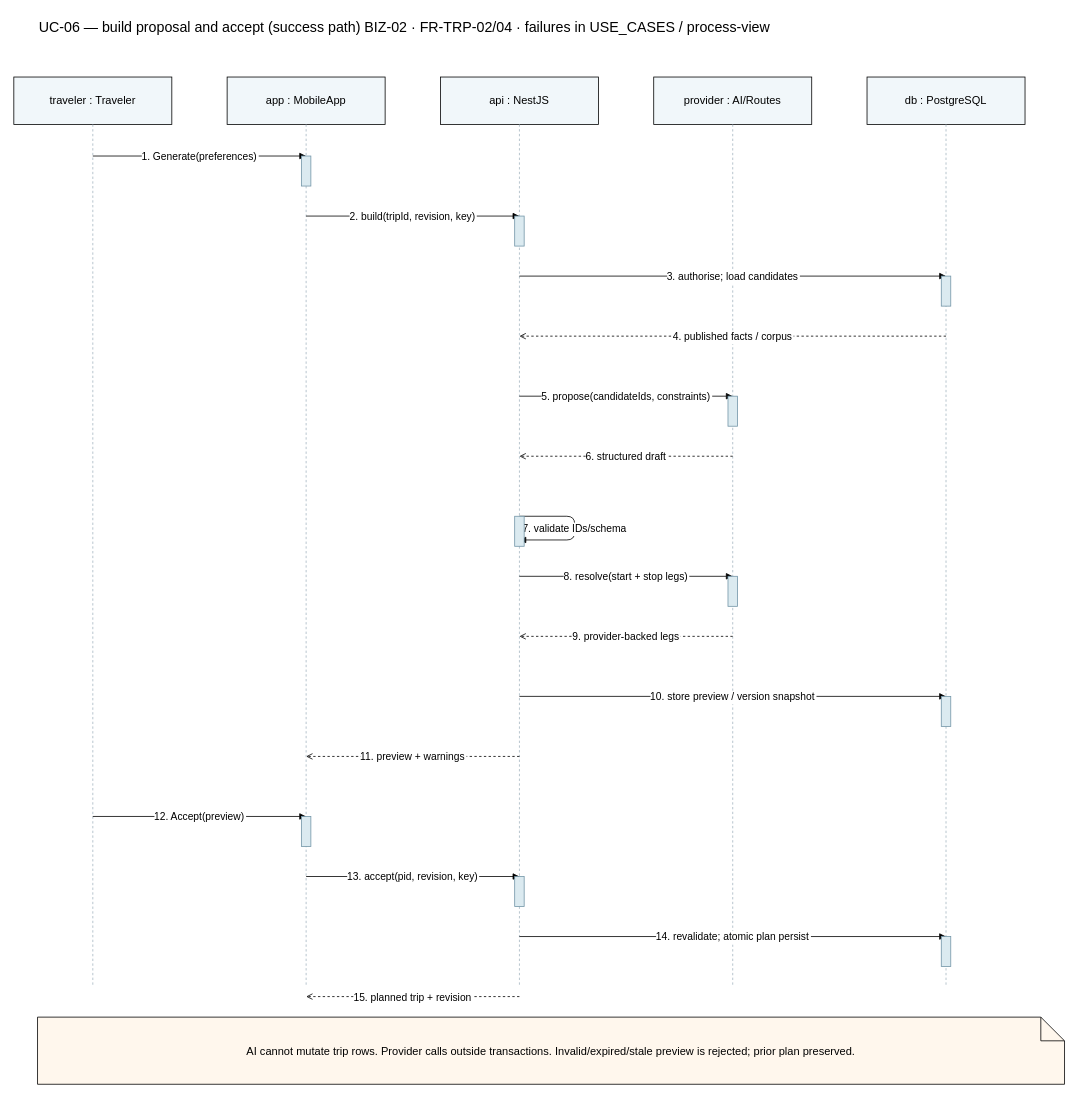
The draw.io diagram docs/diagrams/sequence-planning.drawio in lnt-h/fyp_dana, before the edit. Source tidied: cells renumbered, new cells numbered last; positions are measured from the earlier drawing's top-left corner, leaving out a move shared by most shapes. Both pictures are drawn from the tidied source at 79%, with x=0, y=0 at pixel (13, 13).
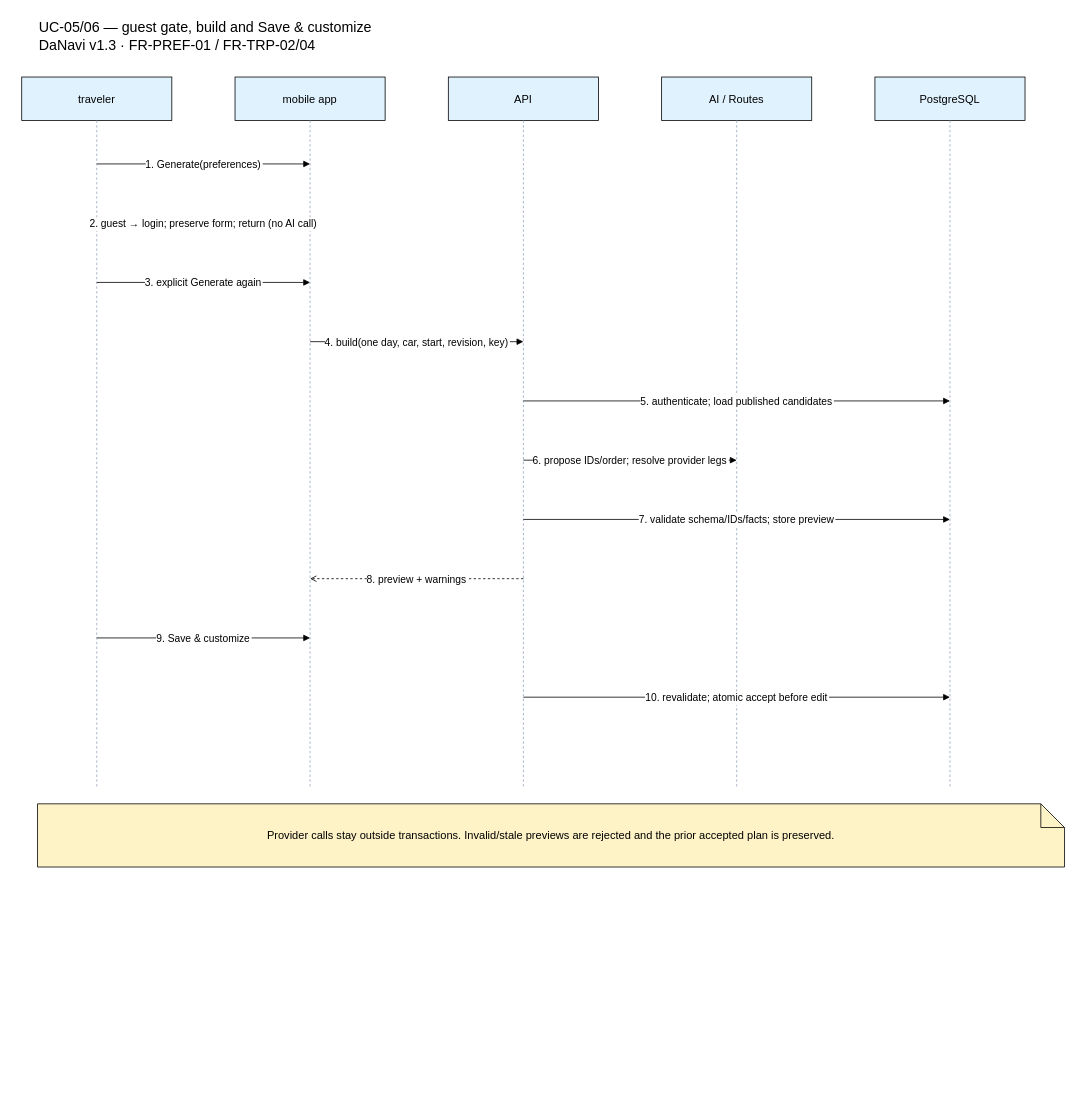
After the change.

Change to the diagram source:
```diff
@@
-    <mxCell id="2" value="UC-06 — build proposal and accept (success path) BIZ-02 · FR-TRP-02/04 · failures in USE_CASES / process-view" style="text;html=0;fontSize=18;align=left;" parent="1" vertex="1">
-      <mxGeometry x="30" width="1300" height="70" as="geometry" />
+    <mxCell id="2" value="UC-05/06 — guest gate, build and Save &amp; customize&#10;DaNavi v1.3 · FR-PREF-01 / FR-TRP-02/04" style="text;html=0;fontSize=18;align=left;" parent="1" vertex="1">
+      <mxGeometry x="30" width="1300" height="65" as="geometry" />
     </mxCell>
-    <mxCell id="3" value="traveler : Traveler" style="rounded=0;whiteSpace=wrap;html=0;fontSize=14;fillColor=#f1f7fa;" parent="1" vertex="1">
-      <mxGeometry y="80" width="200" height="60" as="geometry" />
-    </mxCell>
-    <mxCell id="4" style="dashed=1;endArrow=none;strokeColor=#a5b6c1;" parent="1" edge="1">
-      <mxGeometry relative="1" as="geometry">
-        <mxPoint x="100" y="140" as="sourcePoint" />
-        <mxPoint x="100" y="1230" as="targetPoint" />
-      </mxGeometry>
-    </mxCell>
-    <mxCell id="5" value="app : MobileApp" style="rounded=0;whiteSpace=wrap;html=0;fontSize=14;fillColor=#f1f7fa;" parent="1" vertex="1">
-      <mxGeometry x="270" y="80" width="200" height="60" as="geometry" />
-    </mxCell>
-    <mxCell id="6" style="dashed=1;endArrow=none;strokeColor=#a5b6c1;" parent="1" edge="1">
-      <mxGeometry relative="1" as="geometry">
-        <mxPoint x="370" y="140" as="sourcePoint" />
-        <mxPoint x="370" y="1230" as="targetPoint" />
-      </mxGeometry>
-    </mxCell>
-    <mxCell id="7" value="api : NestJS" style="rounded=0;whiteSpace=wrap;html=0;fontSize=14;fillColor=#f1f7fa;" parent="1" vertex="1">
-      <mxGeometry x="540" y="80" width="200" height="60" as="geometry" />
-    </mxCell>
-    <mxCell id="8" style="dashed=1;endArrow=none;strokeColor=#a5b6c1;" parent="1" edge="1">
-      <mxGeometry relative="1" as="geometry">
-        <mxPoint x="640" y="140" as="sourcePoint" />
-        <mxPoint x="640" y="1230" as="targetPoint" />
-      </mxGeometry>
-    </mxCell>
-    <mxCell id="9" value="provider : AI/Routes" style="rounded=0;whiteSpace=wrap;html=0;fontSize=14;fillColor=#f1f7fa;" parent="1" vertex="1">
-      <mxGeometry x="810" y="80" width="200" height="60" as="geometry" />
-    </mxCell>
-    <mxCell id="10" style="dashed=1;endArrow=none;strokeColor=#a5b6c1;" parent="1" edge="1">
-      <mxGeometry relative="1" as="geometry">
-        <mxPoint x="910" y="140" as="sourcePoint" />
-        <mxPoint x="910" y="1230" as="targetPoint" />
-      </mxGeometry>
-    </mxCell>
-    <mxCell id="11" value="db : PostgreSQL" style="rounded=0;whiteSpace=wrap;html=0;fontSize=14;fillColor=#f1f7fa;" parent="1" vertex="1">
-      <mxGeometry x="1080" y="80" width="200" height="60" as="geometry" />
-    </mxCell>
-    <mxCell id="12" style="dashed=1;endArrow=none;strokeColor=#a5b6c1;" parent="1" edge="1">
-      <mxGeometry relative="1" as="geometry">
-        <mxPoint x="1180" y="140" as="sourcePoint" />
-        <mxPoint x="1180" y="1230" as="targetPoint" />
-      </mxGeometry>
-    </mxCell>
+    <mxCell id="39" value="traveler" style="rounded=0;whiteSpace=wrap;html=0;fontSize=14;fillColor=#E0F2FE;" parent="1" vertex="1">
+      <mxGeometry x="10" y="80" width="190" height="55" as="geometry" />
+    </mxCell>
+    <mxCell id="40" value="mobile app" style="rounded=0;whiteSpace=wrap;html=0;fontSize=14;fillColor=#E0F2FE;" parent="1" vertex="1">
+      <mxGeometry x="280" y="80" width="190" height="55" as="geometry" />
+    </mxCell>
+    <mxCell id="41" value="API" style="rounded=0;whiteSpace=wrap;html=0;fontSize=14;fillColor=#E0F2FE;" parent="1" vertex="1">
+      <mxGeometry x="550" y="80" width="190" height="55" as="geometry" />
+    </mxCell>
+    <mxCell id="42" value="AI / Routes" style="rounded=0;whiteSpace=wrap;html=0;fontSize=14;fillColor=#E0F2FE;" parent="1" vertex="1">
+      <mxGeometry x="820" y="80" width="190" height="55" as="geometry" />
+    </mxCell>
+    <mxCell id="43" value="PostgreSQL" style="rounded=0;whiteSpace=wrap;html=0;fontSize=14;fillColor=#E0F2FE;" parent="1" vertex="1">
+      <mxGeometry x="1090" y="80" width="190" height="55" as="geometry" />
+    </mxCell>
+    <mxCell id="44" style="dashed=1;endArrow=none;strokeColor=#94A3B8;" parent="1" edge="1">
+      <mxGeometry relative="1" as="geometry">
+        <mxPoint x="105" y="135" as="sourcePoint" />
+        <mxPoint x="105" y="980" as="targetPoint" />
+      </mxGeometry>
+    </mxCell>
+    <mxCell id="45" style="dashed=1;endArrow=none;strokeColor=#94A3B8;" parent="1" edge="1">
+      <mxGeometry relative="1" as="geometry">
+        <mxPoint x="375" y="135" as="sourcePoint" />
+        <mxPoint x="375" y="980" as="targetPoint" />
+      </mxGeometry>
+    </mxCell>
+    <mxCell id="46" style="dashed=1;endArrow=none;strokeColor=#94A3B8;" parent="1" edge="1">
+      <mxGeometry relative="1" as="geometry">
+        <mxPoint x="645" y="135" as="sourcePoint" />
+        <mxPoint x="645" y="980" as="targetPoint" />
+      </mxGeometry>
+    </mxCell>
+    <mxCell id="47" style="dashed=1;endArrow=none;strokeColor=#94A3B8;" parent="1" edge="1">
+      <mxGeometry relative="1" as="geometry">
+        <mxPoint x="915" y="135" as="sourcePoint" />
+        <mxPoint x="915" y="980" as="targetPoint" />
+      </mxGeometry>
+    </mxCell>
+    <mxCell id="48" style="dashed=1;endArrow=none;strokeColor=#94A3B8;" parent="1" edge="1">
+      <mxGeometry relative="1" as="geometry">
+        <mxPoint x="1185" y="135" as="sourcePoint" />
+        <mxPoint x="1185" y="980" as="targetPoint" />
+      </mxGeometry>
+    </mxCell>
-    <mxCell id="13" value="1. Generate(preferences)" style="html=0;fontSize=13;labelBackgroundColor=#ffffff;endArrow=block;endFill=1;" parent="1" edge="1">
+    <mxCell id="13" value="1. Generate(preferences)" style="html=0;fontSize=13;endArrow=block;" parent="1" edge="1">
       <mxGeometry relative="1" as="geometry">
-        <mxPoint x="100" y="180" as="sourcePoint" />
-        <mxPoint x="370" y="180" as="targetPoint" />
+        <mxPoint x="105" y="190" as="sourcePoint" />
+        <mxPoint x="375" y="190" as="targetPoint" />
       </mxGeometry>
     </mxCell>
-    <mxCell id="14" style="fillColor=#dbeaf0;strokeColor=#7295a7;" parent="1" vertex="1">
-      <mxGeometry x="364" y="180" width="12" height="38" as="geometry" />
-    </mxCell>
-    <mxCell id="15" value="2. build(tripId, revision, key)" style="html=0;fontSize=13;labelBackgroundColor=#ffffff;endArrow=block;endFill=1;" parent="1" edge="1">
-      <mxGeometry relative="1" as="geometry">
-        <mxPoint x="370" y="256" as="sourcePoint" />
-        <mxPoint x="640" y="256" as="targetPoint" />
-      </mxGeometry>
-    </mxCell>
-    <mxCell id="16" style="fillColor=#dbeaf0;strokeColor=#7295a7;" parent="1" vertex="1">
-      <mxGeometry x="634" y="256" width="12" height="38" as="geometry" />
-    </mxCell>
-    <mxCell id="17" value="3. authorise; load candidates" style="html=0;fontSize=13;labelBackgroundColor=#ffffff;endArrow=block;endFill=1;" parent="1" edge="1">
-      <mxGeometry relative="1" as="geometry">
-        <mxPoint x="640" y="332" as="sourcePoint" />
-        <mxPoint x="1180" y="332" as="targetPoint" />
-      </mxGeometry>
-    </mxCell>
-    <mxCell id="18" style="fillColor=#dbeaf0;strokeColor=#7295a7;" parent="1" vertex="1">
-      <mxGeometry x="1174" y="332" width="12" height="38" as="geometry" />
-    </mxCell>
-    <mxCell id="19" value="4. published facts / corpus" style="html=0;fontSize=13;labelBackgroundColor=#ffffff;dashed=1;endArrow=open;endFill=0;" parent="1" edge="1">
-      <mxGeometry relative="1" as="geometry">
-        <mxPoint x="1180" y="408" as="sourcePoint" />
-        <mxPoint x="640" y="408" as="targetPoint" />
-      </mxGeometry>
-    </mxCell>
-    <mxCell id="20" value="5. propose(candidateIds, constraints)" style="html=0;fontSize=13;labelBackgroundColor=#ffffff;endArrow=block;endFill=1;" parent="1" edge="1">
-      <mxGeometry relative="1" as="geometry">
-        <mxPoint x="640" y="484" as="sourcePoint" />
-        <mxPoint x="910" y="484" as="targetPoint" />
-      </mxGeometry>
-    </mxCell>
-    <mxCell id="21" style="fillColor=#dbeaf0;strokeColor=#7295a7;" parent="1" vertex="1">
-      <mxGeometry x="904" y="484" width="12" height="38" as="geometry" />
-    </mxCell>
-    <mxCell id="22" value="6. structured draft" style="html=0;fontSize=13;labelBackgroundColor=#ffffff;dashed=1;endArrow=open;endFill=0;" parent="1" edge="1">
-      <mxGeometry relative="1" as="geometry">
-        <mxPoint x="910" y="560" as="sourcePoint" />
-        <mxPoint x="640" y="560" as="targetPoint" />
-      </mxGeometry>
-    </mxCell>
-    <mxCell id="23" value="7. validate IDs/schema" style="html=0;fontSize=13;labelBackgroundColor=#ffffff;endArrow=block;endFill=1;" parent="1" edge="1">
-      <mxGeometry relative="1" as="geometry">
-        <mxPoint x="640" y="636" as="sourcePoint" />
-        <mxPoint x="640" y="666" as="targetPoint" />
-        <Array as="points">
-          <mxPoint x="710" y="636" />
-          <mxPoint x="710" y="666" />
-        </Array>
-      </mxGeometry>
-    </mxCell>
-    <mxCell id="24" style="fillColor=#dbeaf0;strokeColor=#7295a7;" parent="1" vertex="1">
-      <mxGeometry x="634" y="636" width="12" height="38" as="geometry" />
-    </mxCell>
-    <mxCell id="25" value="8. resolve(start + stop legs)" style="html=0;fontSize=13;labelBackgroundColor=#ffffff;endArrow=block;endFill=1;" parent="1" edge="1">
-      <mxGeometry relative="1" as="geometry">
-        <mxPoint x="640" y="712" as="sourcePoint" />
-        <mxPoint x="910" y="712" as="targetPoint" />
-      </mxGeometry>
-    </mxCell>
-    <mxCell id="26" style="fillColor=#dbeaf0;strokeColor=#7295a7;" parent="1" vertex="1">
-      <mxGeometry x="904" y="712" width="12" height="38" as="geometry" />
-    </mxCell>
-    <mxCell id="27" value="9. provider-backed legs" style="html=0;fontSize=13;labelBackgroundColor=#ffffff;dashed=1;endArrow=open;endFill=0;" parent="1" edge="1">
-      <mxGeometry relative="1" as="geometry">
-        <mxPoint x="910" y="788" as="sourcePoint" />
-        <mxPoint x="640" y="788" as="targetPoint" />
-      </mxGeometry>
-    </mxCell>
-    <mxCell id="28" value="10. store preview / version snapshot" style="html=0;fontSize=13;labelBackgroundColor=#ffffff;endArrow=block;endFill=1;" parent="1" edge="1">
-      <mxGeometry relative="1" as="geometry">
-        <mxPoint x="640" y="864" as="sourcePoint" />
-        <mxPoint x="1180" y="864" as="targetPoint" />
-      </mxGeometry>
-    </mxCell>
-    <mxCell id="29" style="fillColor=#dbeaf0;strokeColor=#7295a7;" parent="1" vertex="1">
-      <mxGeometry x="1174" y="864" width="12" height="38" as="geometry" />
-    </mxCell>
-    <mxCell id="30" value="11. preview + warnings" style="html=0;fontSize=13;labelBackgroundColor=#ffffff;dashed=1;endArrow=open;endFill=0;" parent="1" edge="1">
-      <mxGeometry relative="1" as="geometry">
-        <mxPoint x="640" y="940" as="sourcePoint" />
-        <mxPoint x="370" y="940" as="targetPoint" />
-      </mxGeometry>
-    </mxCell>
-    <mxCell id="31" value="12. Accept(preview)" style="html=0;fontSize=13;labelBackgroundColor=#ffffff;endArrow=block;endFill=1;" parent="1" edge="1">
-      <mxGeometry relative="1" as="geometry">
-        <mxPoint x="100" y="1016" as="sourcePoint" />
-        <mxPoint x="370" y="1016" as="targetPoint" />
-      </mxGeometry>
-    </mxCell>
-    <mxCell id="32" style="fillColor=#dbeaf0;strokeColor=#7295a7;" parent="1" vertex="1">
-      <mxGeometry x="364" y="1016" width="12" height="38" as="geometry" />
-    </mxCell>
-    <mxCell id="33" value="13. accept(pid, revision, key)" style="html=0;fontSize=13;labelBackgroundColor=#ffffff;endArrow=block;endFill=1;" parent="1" edge="1">
-      <mxGeometry relative="1" as="geometry">
-        <mxPoint x="370" y="1092" as="sourcePoint" />
-        <mxPoint x="640" y="1092" as="targetPoint" />
-      </mxGeometry>
-    </mxCell>
-    <mxCell id="34" style="fillColor=#dbeaf0;strokeColor=#7295a7;" parent="1" vertex="1">
-      <mxGeometry x="634" y="1092" width="12" height="38" as="geometry" />
-    </mxCell>
-    <mxCell id="35" value="14. revalidate; atomic plan persist" style="html=0;fontSize=13;labelBackgroundColor=#ffffff;endArrow=block;endFill=1;" parent="1" edge="1">
-      <mxGeometry relative="1" as="geometry">
-        <mxPoint x="640" y="1168" as="sourcePoint" />
-        <mxPoint x="1180" y="1168" as="targetPoint" />
-      </mxGeometry>
-    </mxCell>
-    <mxCell id="36" style="fillColor=#dbeaf0;strokeColor=#7295a7;" parent="1" vertex="1">
-      <mxGeometry x="1174" y="1168" width="12" height="38" as="geometry" />
-    </mxCell>
-    <mxCell id="37" value="15. planned trip + revision" style="html=0;fontSize=13;labelBackgroundColor=#ffffff;dashed=1;endArrow=open;endFill=0;" parent="1" edge="1">
-      <mxGeometry relative="1" as="geometry">
-        <mxPoint x="640" y="1244" as="sourcePoint" />
-        <mxPoint x="370" y="1244" as="targetPoint" />
-      </mxGeometry>
-    </mxCell>
+    <mxCell id="49" value="2. guest → login; preserve form; return (no AI call)" style="html=0;fontSize=13;endArrow=block;" parent="1" edge="1">
+      <mxGeometry relative="1" as="geometry">
+        <mxPoint x="375" y="265" as="sourcePoint" />
+        <mxPoint x="105" y="265" as="targetPoint" />
+      </mxGeometry>
+    </mxCell>
+    <mxCell id="50" value="3. explicit Generate again" style="html=0;fontSize=13;endArrow=block;" parent="1" edge="1">
+      <mxGeometry relative="1" as="geometry">
+        <mxPoint x="105" y="340" as="sourcePoint" />
+        <mxPoint x="375" y="340" as="targetPoint" />
+      </mxGeometry>
+    </mxCell>
+    <mxCell id="51" value="4. build(one day, car, start, revision, key)" style="html=0;fontSize=13;endArrow=block;" parent="1" edge="1">
+      <mxGeometry relative="1" as="geometry">
+        <mxPoint x="375" y="415" as="sourcePoint" />
+        <mxPoint x="645" y="415" as="targetPoint" />
+      </mxGeometry>
+    </mxCell>
+    <mxCell id="52" value="5. authenticate; load published candidates" style="html=0;fontSize=13;endArrow=block;" parent="1" edge="1">
+      <mxGeometry relative="1" as="geometry">
+        <mxPoint x="645" y="490" as="sourcePoint" />
+        <mxPoint x="1185" y="490" as="targetPoint" />
+      </mxGeometry>
+    </mxCell>
+    <mxCell id="53" value="6. propose IDs/order; resolve provider legs" style="html=0;fontSize=13;endArrow=block;" parent="1" edge="1">
+      <mxGeometry relative="1" as="geometry">
+        <mxPoint x="645" y="565" as="sourcePoint" />
+        <mxPoint x="915" y="565" as="targetPoint" />
+      </mxGeometry>
+    </mxCell>
+    <mxCell id="54" value="7. validate schema/IDs/facts; store preview" style="html=0;fontSize=13;endArrow=block;" parent="1" edge="1">
+      <mxGeometry relative="1" as="geometry">
+        <mxPoint x="645" y="640" as="sourcePoint" />
+        <mxPoint x="1185" y="640" as="targetPoint" />
+      </mxGeometry>
+    </mxCell>
+    <mxCell id="55" value="8. preview + warnings" style="html=0;fontSize=13;dashed=1;endArrow=open;" parent="1" edge="1">
+      <mxGeometry relative="1" as="geometry">
+        <mxPoint x="645" y="715" as="sourcePoint" />
+        <mxPoint x="375" y="715" as="targetPoint" />
+      </mxGeometry>
+    </mxCell>
+    <mxCell id="56" value="9. Save &amp; customize" style="html=0;fontSize=13;endArrow=block;" parent="1" edge="1">
+      <mxGeometry relative="1" as="geometry">
+        <mxPoint x="105" y="790" as="sourcePoint" />
+        <mxPoint x="375" y="790" as="targetPoint" />
+      </mxGeometry>
+    </mxCell>
+    <mxCell id="57" value="10. revalidate; atomic accept before edit" style="html=0;fontSize=13;endArrow=block;" parent="1" edge="1">
+      <mxGeometry relative="1" as="geometry">
+        <mxPoint x="645" y="865" as="sourcePoint" />
+        <mxPoint x="1185" y="865" as="targetPoint" />
+      </mxGeometry>
+    </mxCell>
-    <mxCell id="38" value="AI cannot mutate trip rows. Provider calls outside transactions. Invalid/expired/stale preview is rejected; prior plan preserved." style="shape=note;whiteSpace=wrap;html=0;fontSize=14;fillColor=#fff7ed;" parent="1" vertex="1">
-      <mxGeometry x="30" y="1270" width="1300" height="85" as="geometry" />
+    <mxCell id="38" value="Provider calls stay outside transactions. Invalid/stale previews are rejected and the prior accepted plan is preserved." style="shape=note;whiteSpace=wrap;html=0;fontSize=14;fillColor=#FEF3C7;" parent="1" vertex="1">
+      <mxGeometry x="30" y="1000" width="1300" height="80" as="geometry" />
     </mxCell>
```
